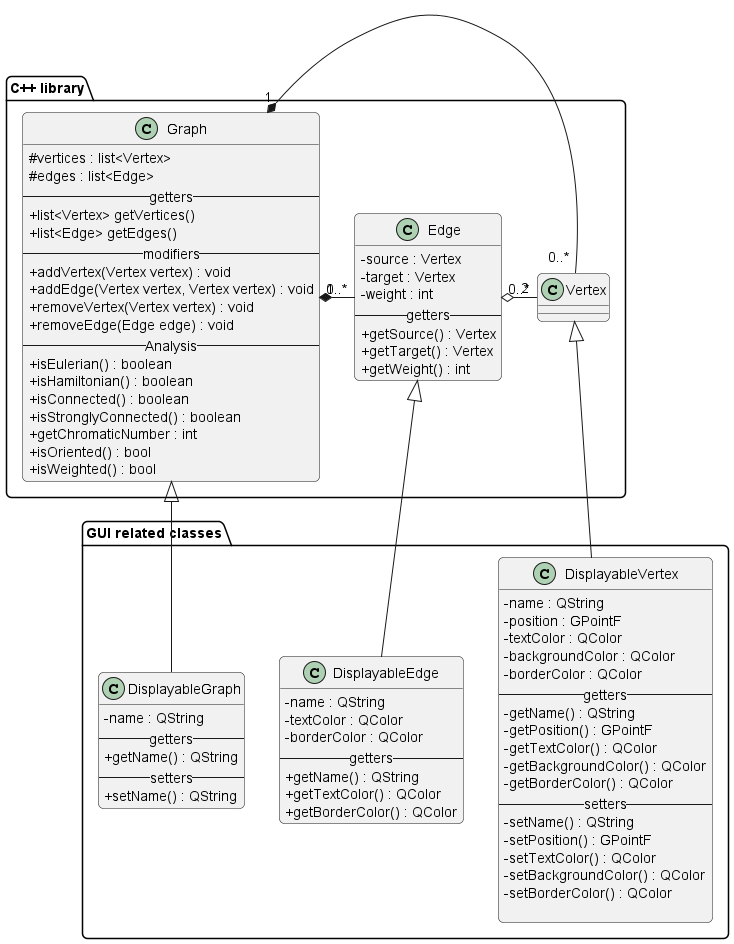
Above: docs/diagrams/class_diagram/class_diagram.png in joflucki/graphpp (PlantUML), before the change.
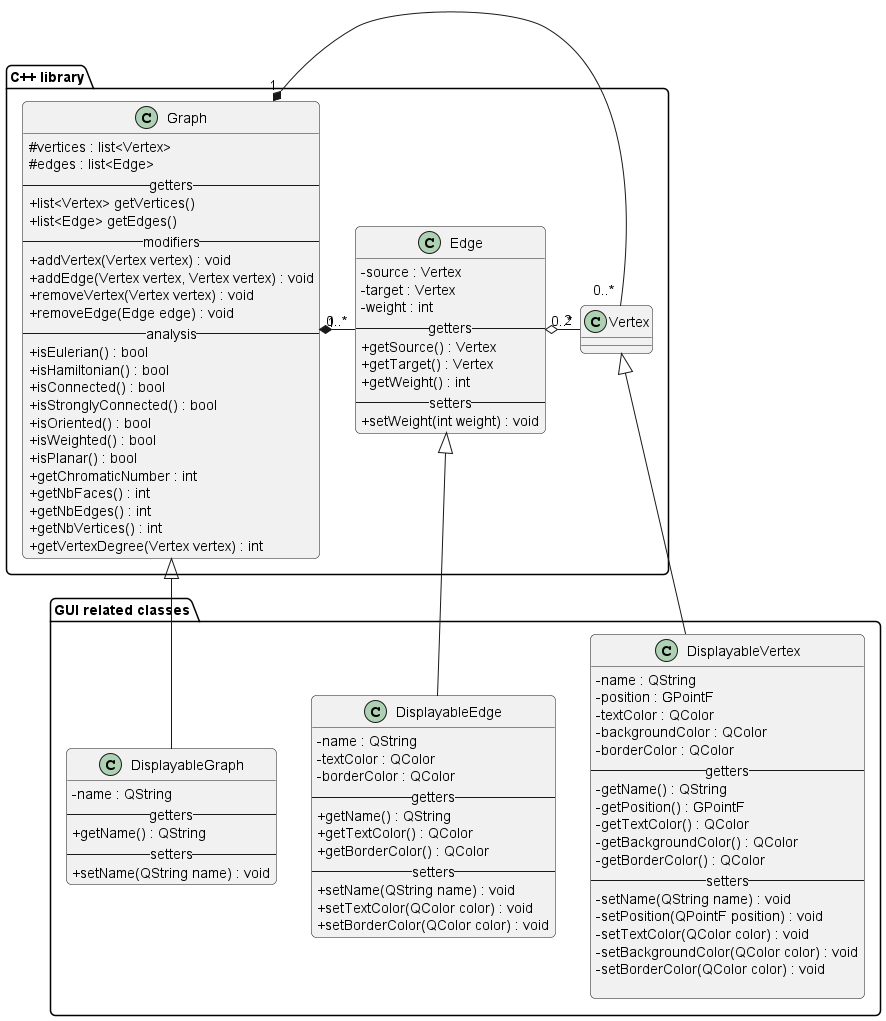
The same diagram one commit later.

Commit message:
Updated class diagram (again)

Change to the diagram source:
```diff
@@ -1,4 +1,4 @@
-@startuml Graph++ Class Diagram
+@startuml class_diagram
 skinparam {
     classAttributeIconSize 0
     RoundCorner 10
@@ -15,14 +15,19 @@
         +addEdge(Vertex vertex, Vertex vertex) : void
         +removeVertex(Vertex vertex) : void
         +removeEdge(Edge edge) : void
-        --Analysis--
-        +isEulerian() : boolean
-        +isHamiltonian() : boolean
-        +isConnected() : boolean
-        +isStronglyConnected() : boolean
-        +getChromaticNumber : int
+        --analysis--
+        +isEulerian() : bool
+        +isHamiltonian() : bool
+        +isConnected() : bool
+        +isStronglyConnected() : bool
         +isOriented() : bool
         +isWeighted() : bool
+        +isPlanar() : bool
+        +getChromaticNumber : int
+        +getNbFaces() : int
+        +getNbEdges() : int
+        +getNbVertices() : int
+        +getVertexDegree(Vertex vertex) : int
     }
 
     class Edge {
@@ -33,6 +38,8 @@
         +getSource() : Vertex
         +getTarget() : Vertex
         +getWeight() : int
+        --setters--
+        +setWeight(int weight) : void
     }
 
     class Vertex{
@@ -57,11 +64,11 @@
         -getBackgroundColor() : QColor
         -getBorderColor() : QColor
         --setters--
-        -setName() : QString
-        -setPosition() : GPointF
-        -setTextColor() : QColor
-        -setBackgroundColor() : QColor
-        -setBorderColor() : QColor
+        -setName(QString name) : void
+        -setPosition(QPointF position) : void
+        -setTextColor(QColor color) : void
+        -setBackgroundColor(QColor color) : void
+        -setBorderColor(QColor color) : void
 
     }
     class DisplayableGraph {
@@ -69,7 +76,7 @@
         --getters--
         +getName() : QString
         --setters--
-        +setName() : QString
+        +setName(QString name) : void
     }
     class DisplayableEdge {
         -name : QString
@@ -79,6 +86,10 @@
         +getName() : QString
         +getTextColor() : QColor
         +getBorderColor() : QColor
+        --setters--
+        +setName(QString name) : void
+        +setTextColor(QColor color) : void
+        +setBorderColor(QColor color) : void
     }
 
 }
```
